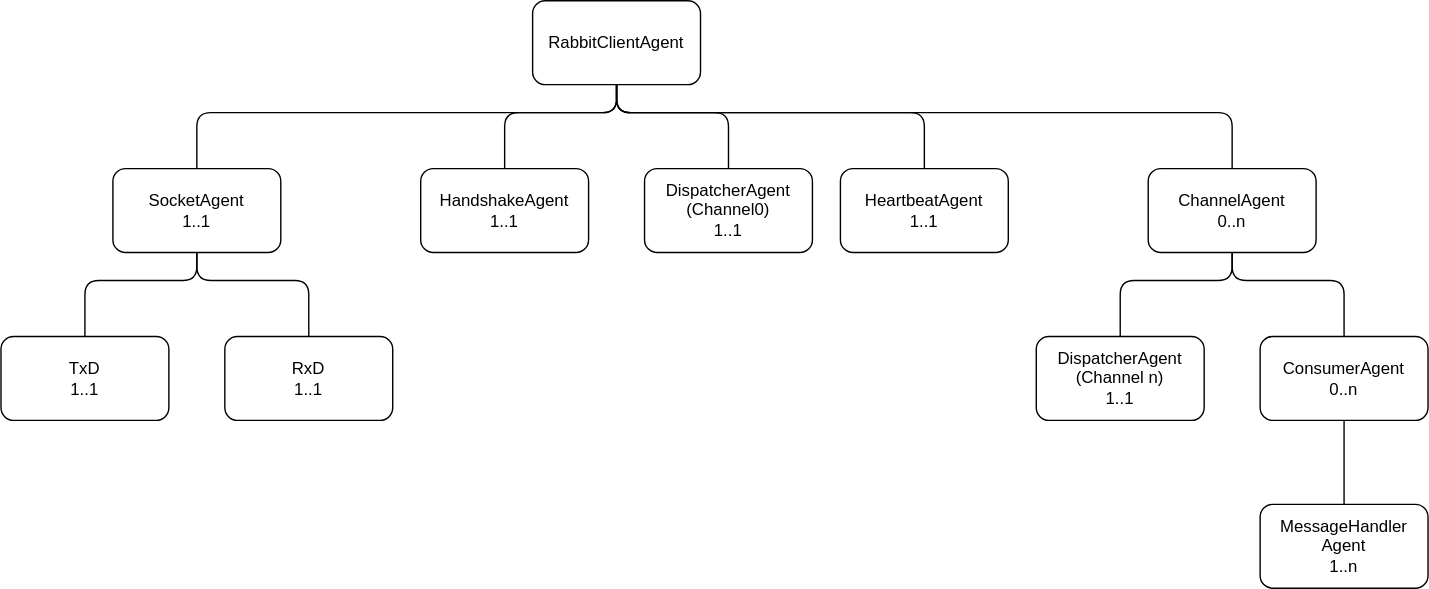
Earlier version of the draw.io export Lapine.Core/Agents/AgentHierarchy.drawio.svg (Matthew-Davey/Lapine). Source tidied: cells renumbered, new cells last; positions are measured from the earlier drawing's top-left corner, leaving out a move shared by most shapes.
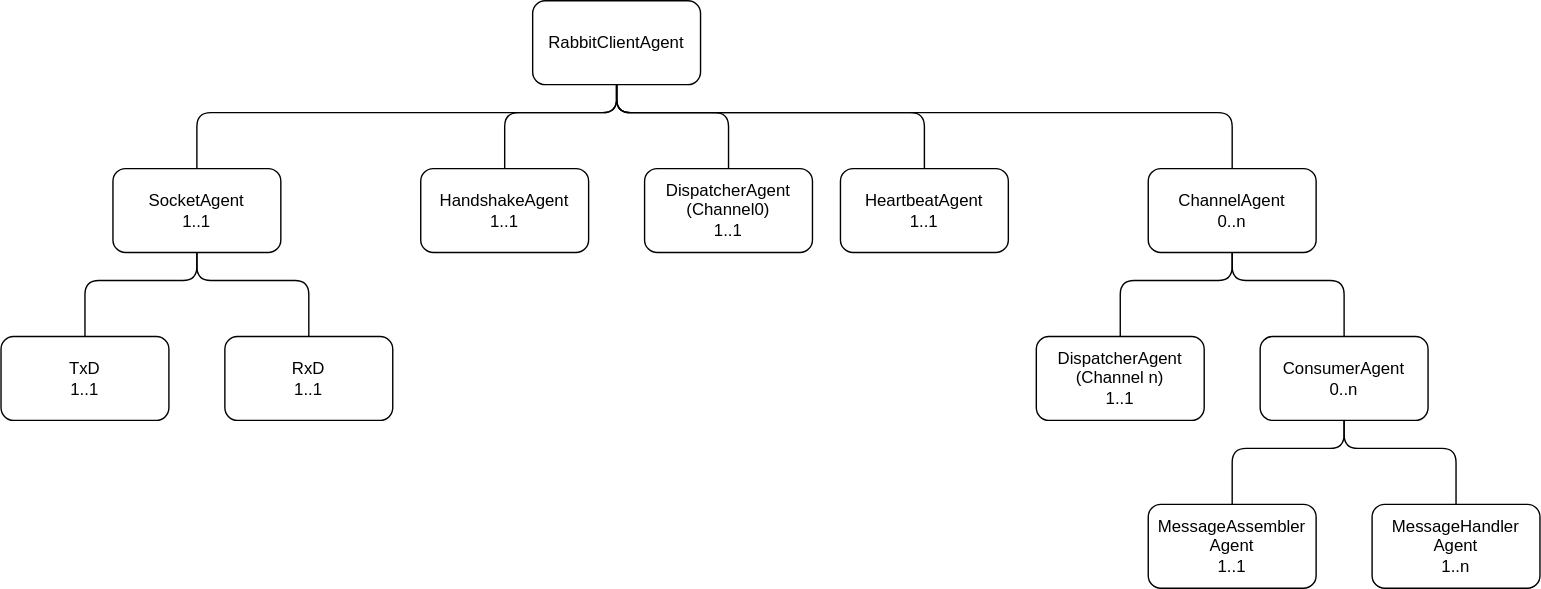
Above is the later version.

Commit message:
`ConsumerAgent` now spawns a child agent to assemble messages from content header/content body frames, rather than having the `ChannelAgent` do it

Diff of the diagram source:
```diff
@@ -105,10 +105,26 @@
       </mxGeometry>
     </mxCell>
     <mxCell id="21" value="MessageHandler&lt;br&gt;Agent&lt;br&gt;1..n" style="rounded=1;whiteSpace=wrap;html=1;" parent="1" vertex="1">
-      <mxGeometry x="900" y="360" width="120" height="60" as="geometry" />
+      <mxGeometry x="980" y="360" width="120" height="60" as="geometry" />
     </mxCell>
     <mxCell id="22" style="endArrow=none;html=1;entryX=0.5;entryY=1;entryDx=0;entryDy=0;exitX=0.5;exitY=0;exitDx=0;exitDy=0;" parent="1" edge="1" source="21" target="19">
-      <mxGeometry relative="1" as="geometry" />
+      <mxGeometry relative="1" as="geometry">
+        <Array as="points">
+          <mxPoint x="1040" y="320" />
+          <mxPoint x="960" y="320" />
+        </Array>
+      </mxGeometry>
     </mxCell>
+    <mxCell id="23" value="MessageAssembler&lt;br&gt;Agent&lt;br&gt;1..1" style="rounded=1;whiteSpace=wrap;html=1;" parent="1" vertex="1">
+      <mxGeometry x="820" y="360" width="120" height="60" as="geometry" />
+    </mxCell>
+    <mxCell id="24" style="endArrow=none;html=1;entryX=0.5;entryY=1;entryDx=0;entryDy=0;exitX=0.5;exitY=0;exitDx=0;exitDy=0;" parent="1" edge="1" source="23" target="19">
+      <mxGeometry relative="1" as="geometry">
+        <Array as="points">
+          <mxPoint x="880" y="320" />
+          <mxPoint x="960" y="320" />
+        </Array>
+      </mxGeometry>
+    </mxCell>
   </root>
 </mxGraphModel>
```
